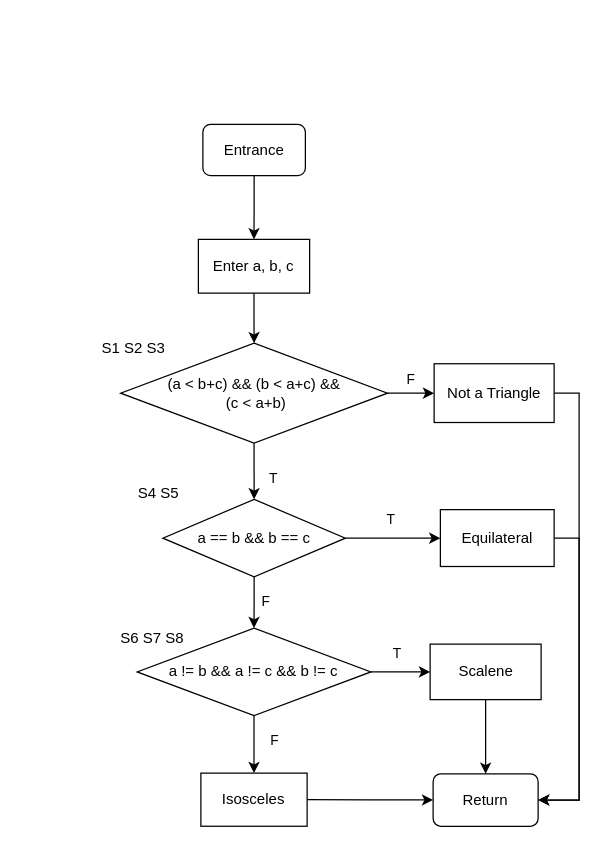
DjyBrandon/software-testing-experiment keeps this draw.io diagram as page "条件逻辑覆盖" (2 of 3) of data/software-testing.drawio. Above is the earlier version. Source tidied: cells renumbered, new cells numbered last; positions are measured from the earlier drawing's top-left corner, leaving out a move shared by most shapes. Both pictures are drawn from the tidied source at 125%, with x=0, y=0 at pixel (89, 124).
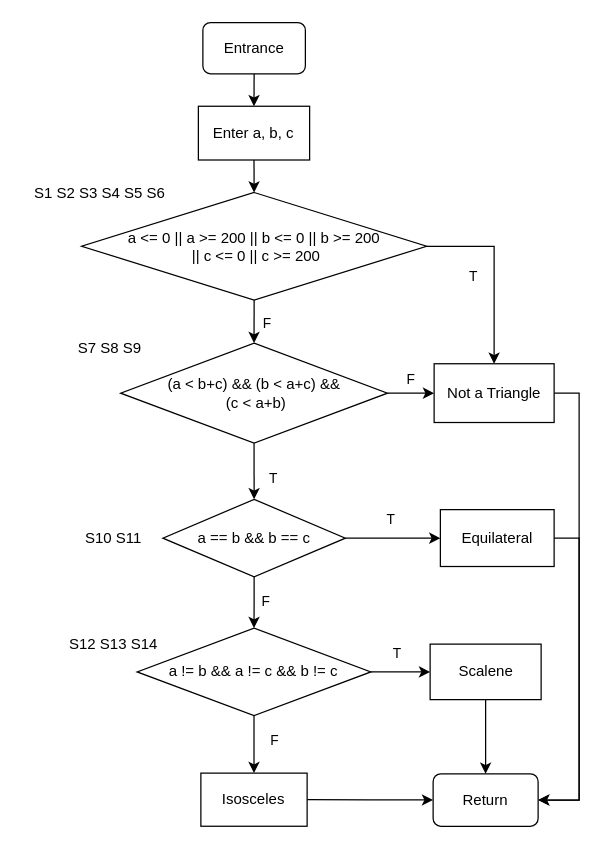
The same diagram, later.

Unchanged cells that the change refers to:
```xml
<mxCell id="8" value="(a &amp;lt; b+c) &amp;amp;&amp;amp; (b &amp;lt; a+c) &amp;amp;&amp;amp;&lt;br&gt;&amp;nbsp;(c &amp;lt; a+b)" style="rhombus;whiteSpace=wrap;html=1;" parent="1" vertex="1">
  <mxGeometry x="25" y="175" width="213.5" height="80" as="geometry" />
</mxCell>
<mxCell id="10" value="Not a Triangle" style="rounded=0;whiteSpace=wrap;html=1;" parent="1" vertex="1">
  <mxGeometry x="275.8" y="191.5" width="96" height="47" as="geometry" />
</mxCell>
```

The edit, as a diff of the source:
```diff
@@
     <mxCell id="3" value="Entrance" style="rounded=1;whiteSpace=wrap;html=1;" parent="1" vertex="1">
-      <mxGeometry x="90.8" width="82" height="41" as="geometry" />
+      <mxGeometry x="90.8" y="-81.5" width="82" height="41" as="geometry" />
     </mxCell>
-    <mxCell id="4" style="edgeStyle=orthogonalEdgeStyle;rounded=0;jettySize=auto;html=1;exitX=0.5;exitY=1;exitDx=0;exitDy=0;" parent="1" edge="1" source="5" target="8">
-      <mxGeometry relative="1" as="geometry" />
-    </mxCell>
+    <mxCell id="27" style="edgeStyle=orthogonalEdgeStyle;rounded=0;jettySize=auto;html=1;exitX=0.5;exitY=1;exitDx=0;exitDy=0;entryX=0.5;entryY=0;entryDx=0;entryDy=0;" parent="1" edge="1" source="5" target="34">
+      <mxGeometry relative="1" as="geometry" />
+    </mxCell>
     <mxCell id="5" value="Enter a, b, c" style="rounded=0;whiteSpace=wrap;html=1;" parent="1" vertex="1">
-      <mxGeometry x="87.2" y="92" width="89" height="43" as="geometry" />
+      <mxGeometry x="87.2" y="-14.5" width="89" height="43" as="geometry" />
     </mxCell>
@@
-    <mxCell id="24" value="S1 S2 S3" style="text;html=1;align=center;verticalAlign=middle;strokeColor=none;fillColor=none;" parent="1" vertex="1">
-      <mxGeometry y="165.5" width="69" height="26" as="geometry" />
-    </mxCell>
-    <mxCell id="25" value="S4 S5&lt;br&gt;" style="text;html=1;align=center;verticalAlign=middle;strokeColor=none;fillColor=none;" parent="1" vertex="1">
-      <mxGeometry x="29" y="282.2" width="51" height="26" as="geometry" />
-    </mxCell>
-    <mxCell id="26" value="S6 S7 S8" style="text;html=1;align=center;verticalAlign=middle;strokeColor=none;fillColor=none;" parent="1" vertex="1">
-      <mxGeometry x="15" y="398" width="69" height="26" as="geometry" />
-    </mxCell>
+    <mxCell id="28" value="S1 S2 S3 S4 S5 S6" style="text;html=1;align=center;verticalAlign=middle;strokeColor=none;fillColor=none;" parent="1" vertex="1">
+      <mxGeometry x="-54" y="41.5" width="123" height="26" as="geometry" />
+    </mxCell>
+    <mxCell id="29" value="S7 S8 S9&lt;br&gt;" style="text;html=1;align=center;verticalAlign=middle;strokeColor=none;fillColor=none;" parent="1" vertex="1">
+      <mxGeometry x="-18.5" y="165.5" width="69" height="26" as="geometry" />
+    </mxCell>
+    <mxCell id="30" value="S10 S11" style="text;html=1;align=center;verticalAlign=middle;strokeColor=none;fillColor=none;" parent="1" vertex="1">
+      <mxGeometry x="-12.5" y="318" width="63" height="26" as="geometry" />
+    </mxCell>
+    <mxCell id="31" value="S12 S13 S14" style="text;html=1;align=center;verticalAlign=middle;strokeColor=none;fillColor=none;" parent="1" vertex="1">
+      <mxGeometry x="-25.5" y="403" width="89" height="26" as="geometry" />
+    </mxCell>
+    <mxCell id="32" value="F" style="edgeStyle=orthogonalEdgeStyle;rounded=0;jettySize=auto;html=1;exitX=0.5;exitY=1;exitDx=0;exitDy=0;entryX=0.5;entryY=0;entryDx=0;entryDy=0;" parent="1" edge="1" source="34" target="8">
+      <mxGeometry x="0.04" y="10" relative="1" as="geometry" />
+    </mxCell>
+    <mxCell id="33" value="T" style="edgeStyle=orthogonalEdgeStyle;rounded=0;jettySize=auto;html=1;exitX=1;exitY=0.5;exitDx=0;exitDy=0;" parent="1" edge="1" source="34" target="10">
+      <mxGeometry x="0.05" y="-17" relative="1" as="geometry" />
+    </mxCell>
+    <mxCell id="34" value="a &amp;lt;= 0 || a &amp;gt;= 200 || b &amp;lt;= 0 || b &amp;gt;= 200&lt;br&gt;&amp;nbsp;|| c &amp;lt;= 0 || c &amp;gt;= 200" style="rhombus;whiteSpace=wrap;html=1;" parent="1" vertex="1">
+      <mxGeometry x="-6.2" y="54.5" width="276" height="86" as="geometry" />
+    </mxCell>
```
